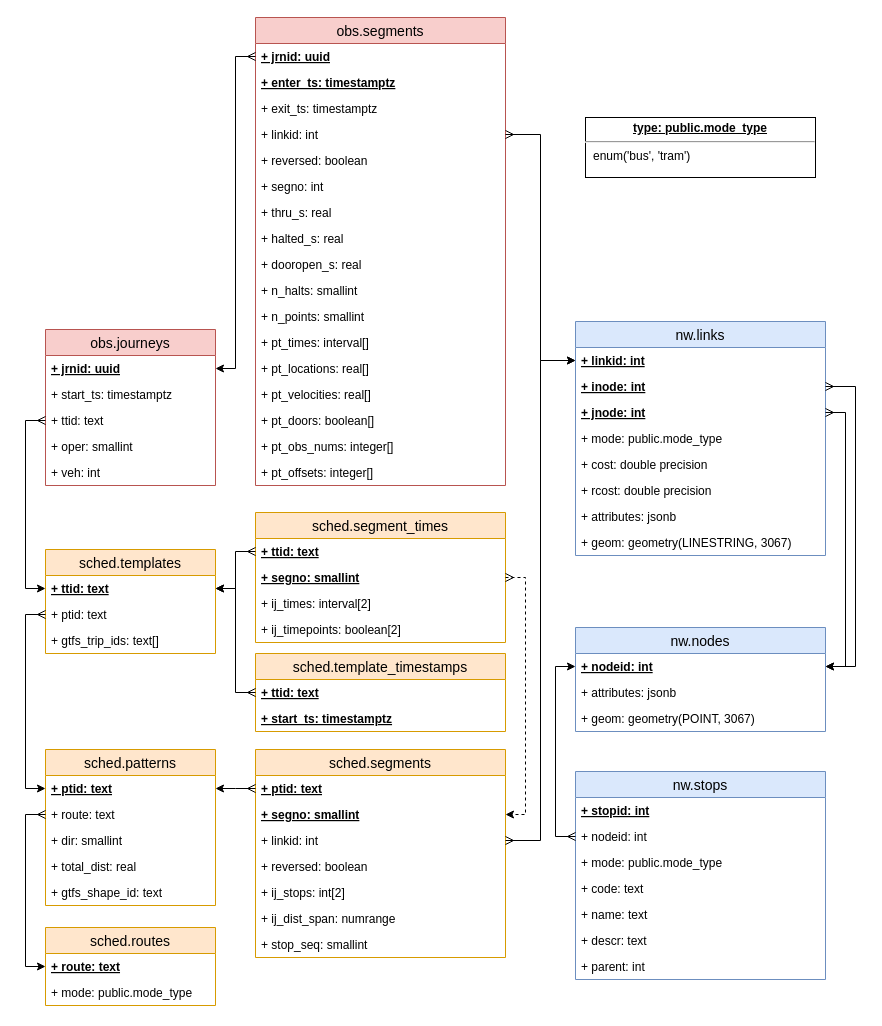
Earlier version of the draw.io diagram page "production" (1 of 5) of docs/sujuikoDB.drawio (datarttu/sujuikoDB). Source tidied: cells renumbered, new cells numbered last; positions are measured from the earlier drawing's top-left corner, leaving out a move shared by most shapes. Both pictures are drawn from the tidied source at 100%, with x=0, y=0 at pixel (25, 17).
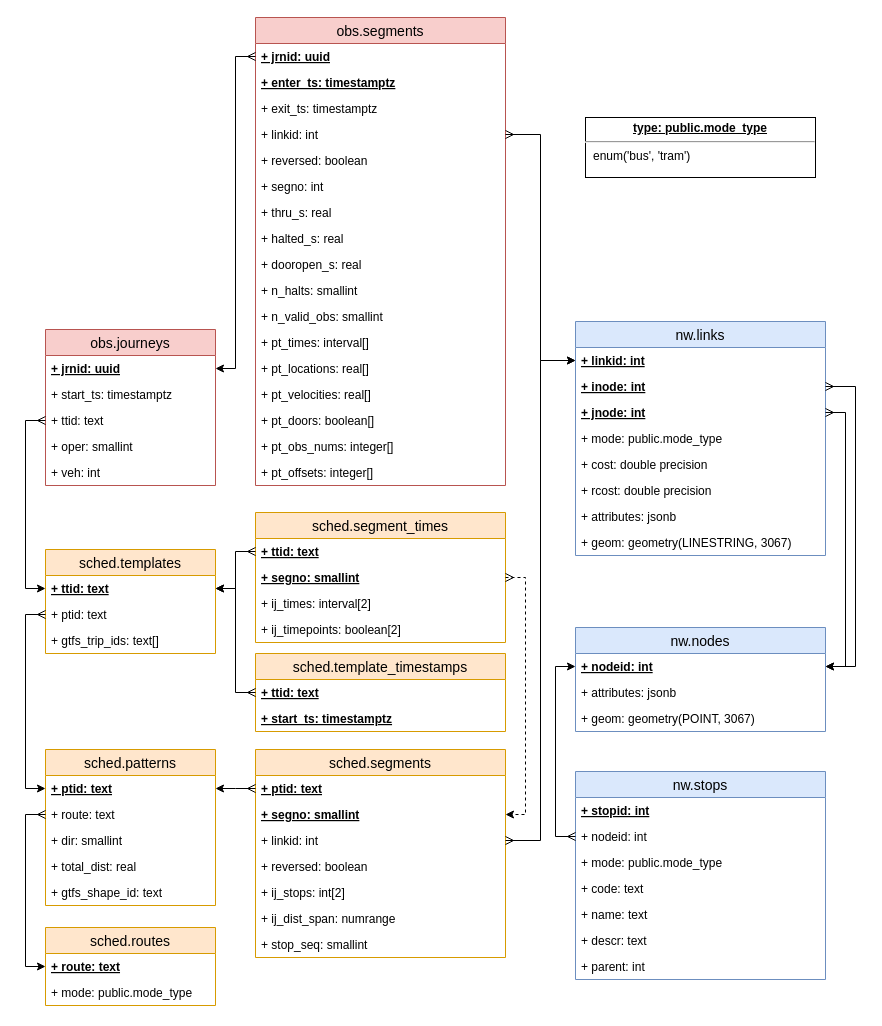
Above is the later version.

Commit message (it also covers changes not shown here):
Update journey points DDL

The change refers to these unchanged cells:
```xml
<mxCell id="2" value="obs.segments" style="swimlane;fontStyle=0;horizontal=1;startSize=26;fillColor=#f8cecc;swimlaneFillColor=#ffffff;align=center;fontSize=14;strokeColor=#b85450;" parent="1" vertex="1">
  <mxGeometry x="230" width="250" height="468" as="geometry" />
</mxCell>
```

Change to the diagram source:
```diff
@@
-    <mxCell id="13" value="+ n_points: smallint" style="text;strokeColor=none;fillColor=none;spacingLeft=4;spacingRight=4;overflow=hidden;fontSize=12;" parent="2" vertex="1">
+    <mxCell id="13" value="+ n_valid_obs: smallint" style="text;strokeColor=none;fillColor=none;spacingLeft=4;spacingRight=4;overflow=hidden;fontSize=12;" parent="2" vertex="1">
       <mxGeometry y="286" width="250" height="26" as="geometry" />
     </mxCell>
```
